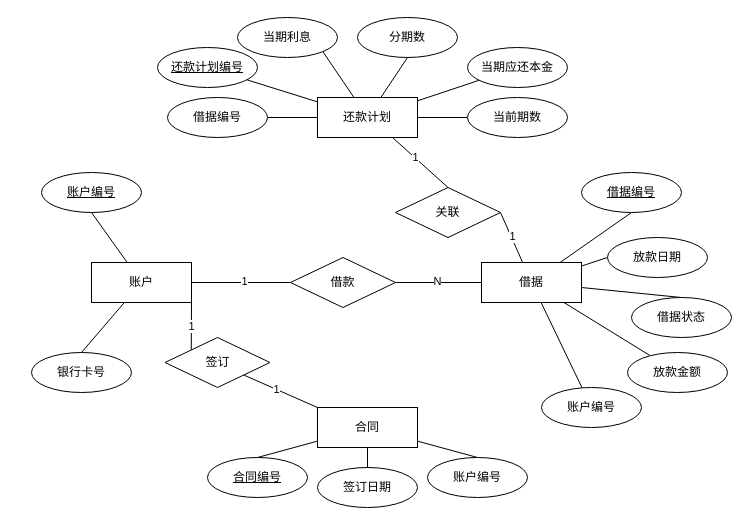
Earlier version of the draw.io diagram 借款ER图.drawio (wuxiao-web/graduationThesis). Source tidied: cells renumbered, new cells numbered last; positions are measured from the earlier drawing's top-left corner, leaving out a move shared by most shapes. Both pictures are drawn from the tidied source at 100%, with x=0, y=0 at pixel (31, 17).
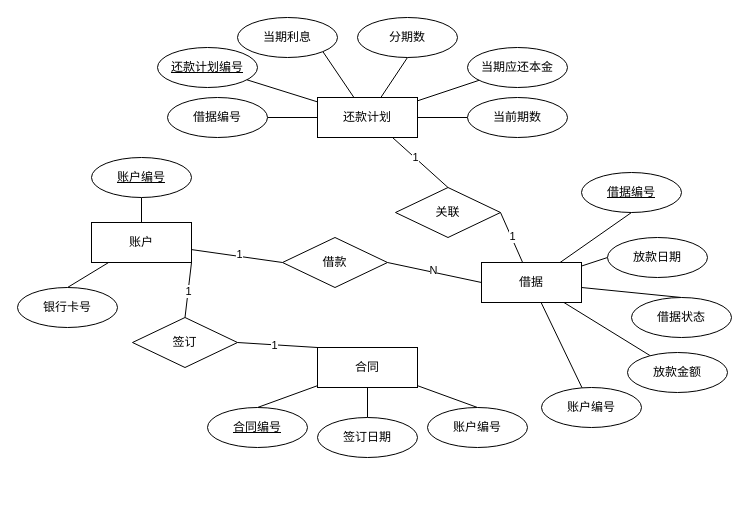
Above is the later version.

Commit message:
更新借款ER图.drawio

Unchanged cells that the change refers to:
```xml
<mxCell id="14" value="借据" style="whiteSpace=wrap;html=1;align=center;" parent="1" vertex="1">
  <mxGeometry x="450" y="245" width="100" height="40" as="geometry" />
</mxCell>
```

Change to the diagram source:
```diff
@@
     <mxCell id="6" value="账户" style="whiteSpace=wrap;html=1;align=center;" parent="1" vertex="1">
-      <mxGeometry x="60" y="245" width="100" height="40" as="geometry" />
+      <mxGeometry x="60" y="205" width="100" height="40" as="geometry" />
     </mxCell>
@@
     <mxCell id="22" value="账户编号" style="ellipse;whiteSpace=wrap;html=1;align=center;fontStyle=4;" parent="1" vertex="1">
-      <mxGeometry x="10" y="155" width="100" height="40" as="geometry" />
+      <mxGeometry x="60" y="140" width="100" height="40" as="geometry" />
     </mxCell>
     <mxCell id="23" value="银行卡号" style="ellipse;whiteSpace=wrap;html=1;align=center;" parent="1" vertex="1">
-      <mxGeometry y="335" width="100" height="40" as="geometry" />
+      <mxGeometry x="-14" y="270" width="100" height="40" as="geometry" />
     </mxCell>
@@
-    <mxCell id="37" style="rounded=0;jettySize=auto;html=1;endArrow=none;endFill=0;exitX=0;exitY=0;exitDx=0;exitDy=0;entryX=1;entryY=1;entryDx=0;entryDy=0;" parent="1" edge="1" source="39" target="45">
+    <mxCell id="37" style="rounded=0;jettySize=auto;html=1;endArrow=none;endFill=0;exitX=0;exitY=0;exitDx=0;exitDy=0;entryX=1;entryY=0.5;entryDx=0;entryDy=0;" parent="1" edge="1" source="39" target="45">
       <mxGeometry relative="1" as="geometry" />
     </mxCell>
@@
     <mxCell id="39" value="合同" style="whiteSpace=wrap;html=1;align=center;" parent="1" vertex="1">
-      <mxGeometry x="286" y="390" width="100" height="40" as="geometry" />
+      <mxGeometry x="286" y="330" width="100" height="40" as="geometry" />
     </mxCell>
     <mxCell id="40" value="合同编号" style="ellipse;whiteSpace=wrap;html=1;align=center;fontStyle=4;" parent="1" vertex="1">
-      <mxGeometry x="176" y="440" width="100" height="40" as="geometry" />
+      <mxGeometry x="176" y="390" width="100" height="40" as="geometry" />
     </mxCell>
     <mxCell id="41" value="账户编号" style="ellipse;whiteSpace=wrap;html=1;align=center;" parent="1" vertex="1">
-      <mxGeometry x="396" y="440" width="100" height="40" as="geometry" />
+      <mxGeometry x="396" y="390" width="100" height="40" as="geometry" />
     </mxCell>
     <mxCell id="42" value="签订日期" style="ellipse;whiteSpace=wrap;html=1;align=center;" parent="1" vertex="1">
-      <mxGeometry x="286" y="450" width="100" height="40" as="geometry" />
+      <mxGeometry x="286" y="400" width="100" height="40" as="geometry" />
     </mxCell>
-    <mxCell id="43" style="rounded=0;jettySize=auto;html=1;entryX=1;entryY=1;entryDx=0;entryDy=0;endArrow=none;endFill=0;exitX=0;exitY=0;exitDx=0;exitDy=0;" parent="1" edge="1" source="45" target="6">
+    <mxCell id="43" style="rounded=0;jettySize=auto;html=1;entryX=1;entryY=1;entryDx=0;entryDy=0;endArrow=none;endFill=0;exitX=0.5;exitY=0;exitDx=0;exitDy=0;" parent="1" edge="1" source="45" target="6">
       <mxGeometry relative="1" as="geometry" />
     </mxCell>
@@
     <mxCell id="45" value="签订" style="shape=rhombus;perimeter=rhombusPerimeter;whiteSpace=wrap;html=1;align=center;" parent="1" vertex="1">
-      <mxGeometry x="133.5" y="320" width="105" height="50" as="geometry" />
+      <mxGeometry x="101" y="300" width="105" height="50" as="geometry" />
     </mxCell>
-    <mxCell id="46" style="rounded=0;jettySize=auto;html=1;entryX=0;entryY=0.5;entryDx=0;entryDy=0;endArrow=none;endFill=0;" parent="1" edge="1" source="48" target="14">
+    <mxCell id="46" style="rounded=0;jettySize=auto;html=1;entryX=0;entryY=0.5;entryDx=0;entryDy=0;endArrow=none;endFill=0;exitX=1;exitY=0.5;exitDx=0;exitDy=0;" parent="1" edge="1" source="48" target="14">
       <mxGeometry relative="1" as="geometry" />
     </mxCell>
@@
     <mxCell id="48" value="借款" style="shape=rhombus;perimeter=rhombusPerimeter;whiteSpace=wrap;html=1;align=center;" parent="1" vertex="1">
-      <mxGeometry x="259" y="240" width="105" height="50" as="geometry" />
+      <mxGeometry x="251" y="220" width="105" height="50" as="geometry" />
     </mxCell>
```
